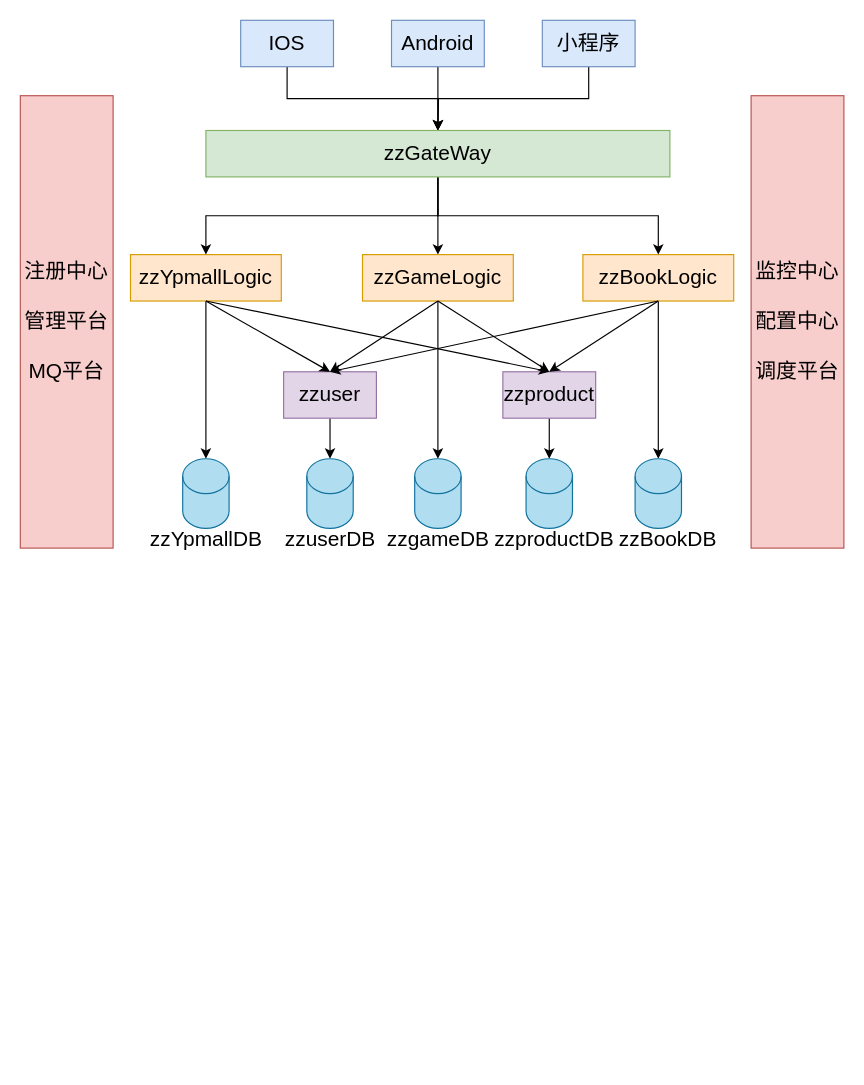
waterystone/draw_io keeps this draw.io diagram as zz/tech/tech.drawio. Above is the earlier version. Source tidied: cells renumbered, new cells numbered last; positions are measured from the earlier drawing's top-left corner, leaving out a move shared by most shapes. Both pictures are drawn from the tidied source at 116%, with x=0, y=0 at pixel (20, 20).
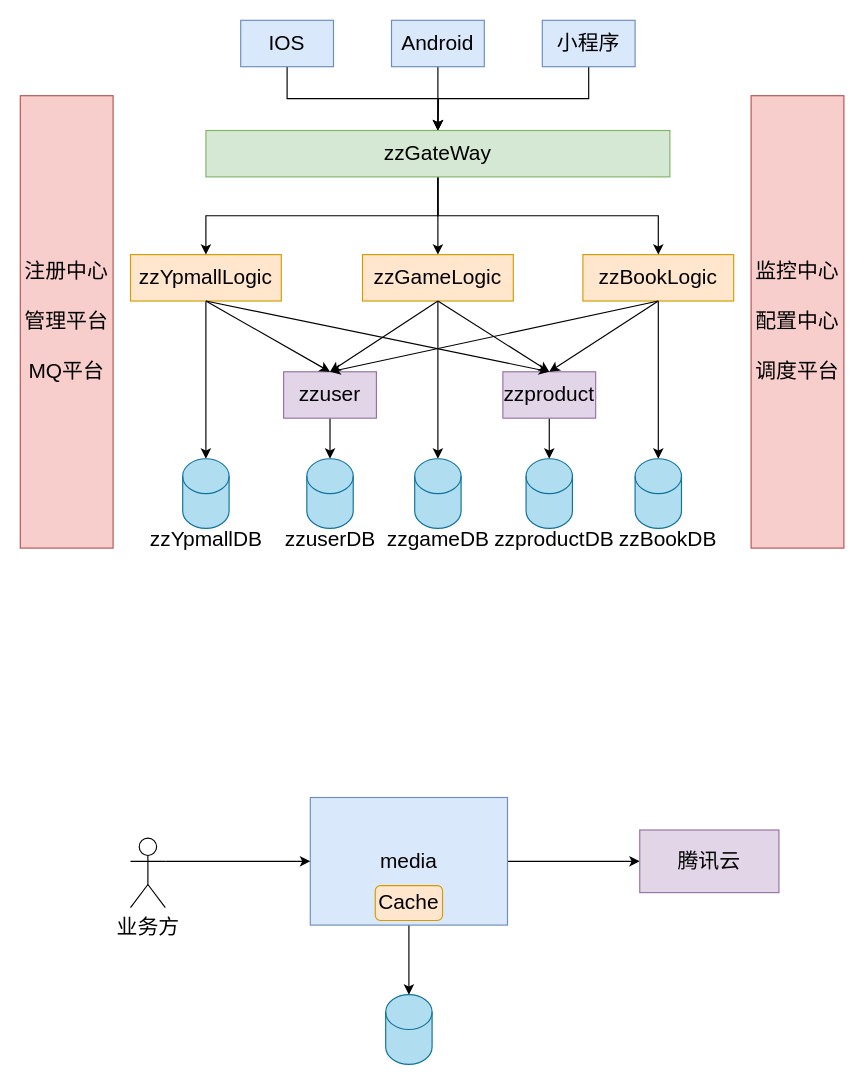
The same diagram, later.

Diff of the diagram source:
```diff
@@
+    <mxCell id="40" style="edgeStyle=orthogonalEdgeStyle;rounded=0;jettySize=auto;html=1;exitX=0.5;exitY=1;exitDx=0;exitDy=0;fontSize=18;" parent="1" edge="1" source="42" target="43">
+      <mxGeometry relative="1" as="geometry" />
+    </mxCell>
+    <mxCell id="41" style="edgeStyle=orthogonalEdgeStyle;rounded=0;jettySize=auto;html=1;exitX=1;exitY=0.5;exitDx=0;exitDy=0;fontSize=18;" parent="1" edge="1" source="42" target="47">
+      <mxGeometry relative="1" as="geometry" />
+    </mxCell>
+    <mxCell id="42" value="&lt;font style=&quot;font-size: 18px&quot;&gt;media&lt;/font&gt;" style="rounded=0;whiteSpace=wrap;html=1;fillColor=#dae8fc;strokeColor=#6c8ebf;" parent="1" vertex="1">
+      <mxGeometry x="250" y="670" width="170" height="110" as="geometry" />
+    </mxCell>
+    <mxCell id="43" style="shape=cylinder3;whiteSpace=wrap;html=1;boundedLbl=1;backgroundOutline=1;size=15;fontSize=18;fillColor=#b1ddf0;strokeColor=#10739e;" parent="1" vertex="1">
+      <mxGeometry x="315" y="840" width="40" height="60" as="geometry" />
+    </mxCell>
+    <mxCell id="44" value="Cache" style="rounded=1;whiteSpace=wrap;html=1;fontSize=18;fillColor=#ffe6cc;strokeColor=#d79b00;" parent="1" vertex="1">
+      <mxGeometry x="306" y="746" width="58" height="30" as="geometry" />
+    </mxCell>
+    <mxCell id="45" style="edgeStyle=orthogonalEdgeStyle;rounded=0;jettySize=auto;html=1;exitX=1;exitY=0.3333333333333333;exitDx=0;exitDy=0;exitPerimeter=0;fontSize=18;" parent="1" edge="1" source="46" target="42">
+      <mxGeometry relative="1" as="geometry" />
+    </mxCell>
+    <mxCell id="46" value="业务方" style="shape=umlActor;verticalLabelPosition=bottom;verticalAlign=top;html=1;outlineConnect=0;fontSize=18;" parent="1" vertex="1">
+      <mxGeometry x="95" y="705" width="30" height="60" as="geometry" />
+    </mxCell>
+    <mxCell id="47" value="&lt;font style=&quot;font-size: 18px&quot;&gt;腾讯云&lt;/font&gt;" style="rounded=0;whiteSpace=wrap;html=1;fillColor=#e1d5e7;strokeColor=#9673a6;" parent="1" vertex="1">
+      <mxGeometry x="534" y="698" width="120" height="54" as="geometry" />
+    </mxCell>
```
